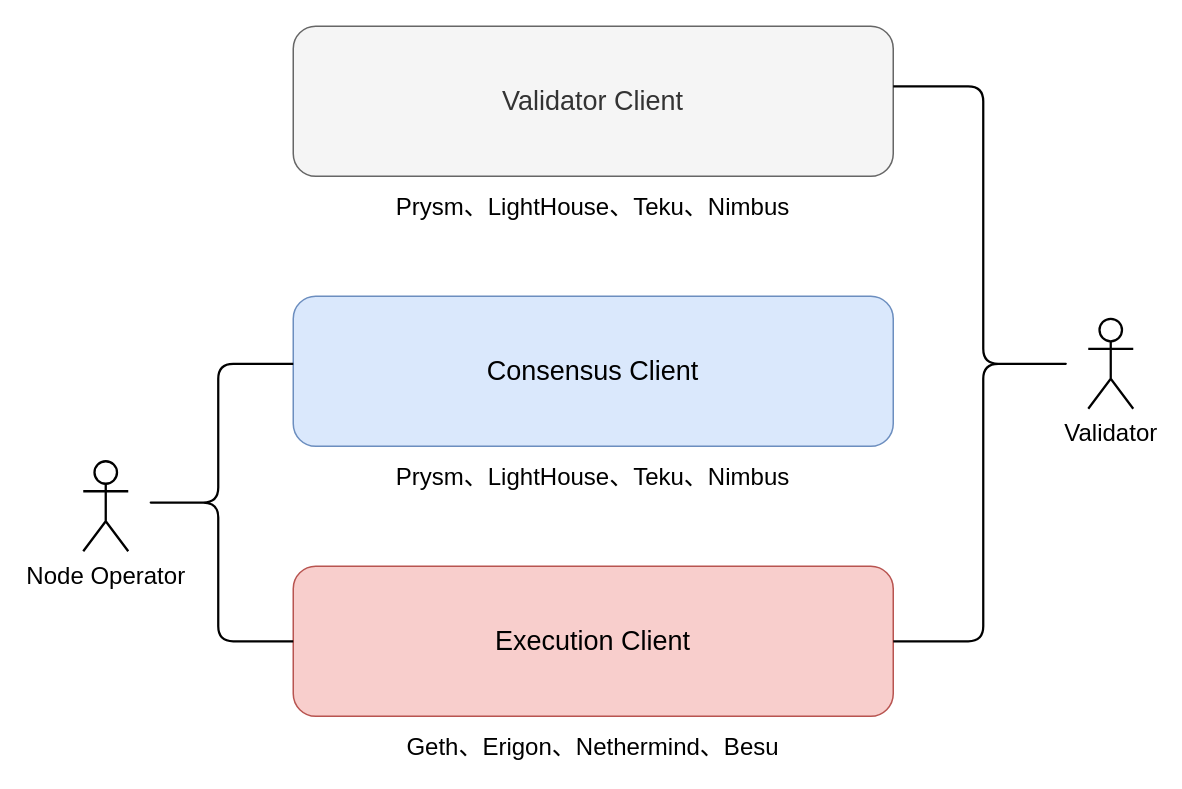
Earlier version of the draw.io diagram ethereum-research/consensus/(article) full node & validator node.drawio (0xyicheng/a-research-diagram). Source tidied: cells renumbered, new cells numbered last; positions are measured from the earlier drawing's top-left corner, leaving out a move shared by most shapes. Both pictures are drawn from the tidied source at 150%, with x=0, y=0 at pixel (82, 26).
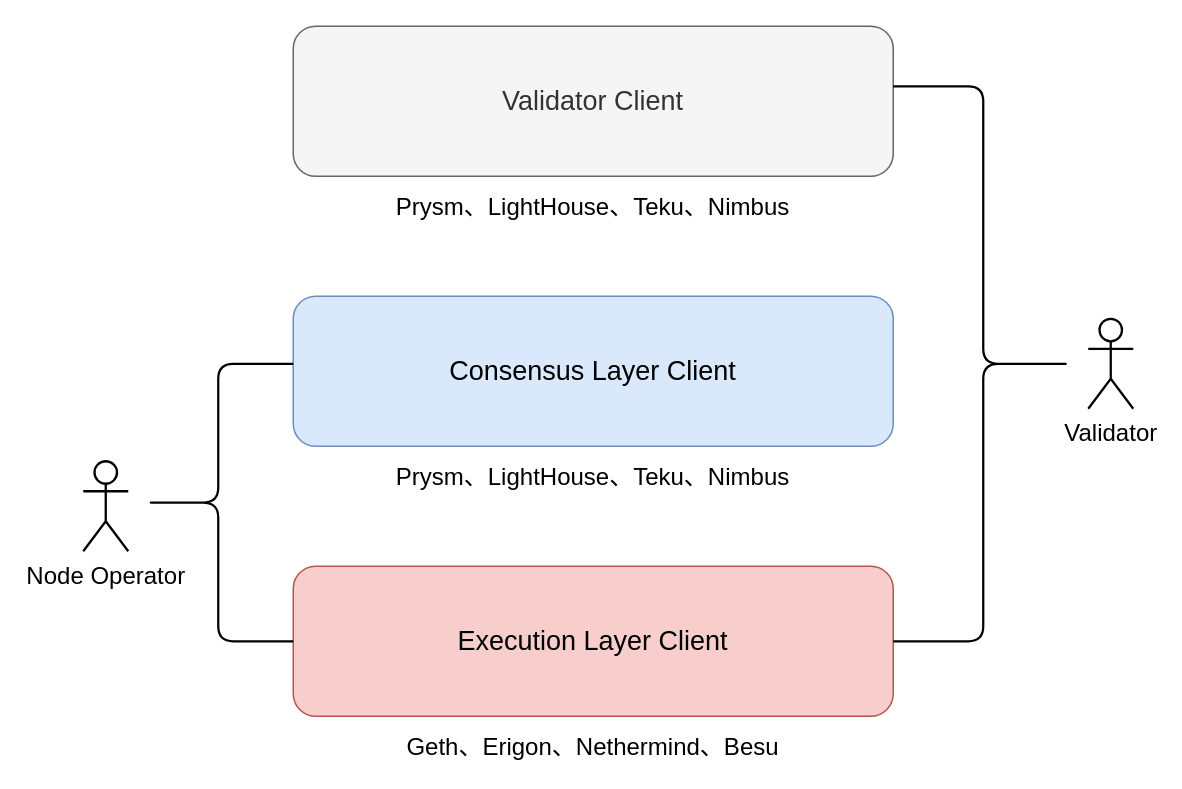
The same diagram, later.

Change to the diagram source:
```diff
@@
 <mxGraphModel>
   <root>
     <mxCell id="0" />
     <mxCell id="1" parent="0" />
-    <mxCell id="2" value="&lt;font style=&quot;font-size: 18px;&quot;&gt;Execution Client&lt;/font&gt;" style="rounded=1;whiteSpace=wrap;html=1;fillColor=#f8cecc;strokeColor=#b85450;" parent="1" vertex="1">
+    <mxCell id="2" value="&lt;font style=&quot;font-size: 18px&quot;&gt;Execution Layer Client&lt;/font&gt;" style="rounded=1;whiteSpace=wrap;html=1;fillColor=#f8cecc;strokeColor=#b85450;" parent="1" vertex="1">
       <mxGeometry x="140" y="360" width="400" height="100" as="geometry" />
     </mxCell>
-    <mxCell id="3" value="&lt;font style=&quot;font-size: 18px;&quot;&gt;Consensus Client&lt;/font&gt;" style="rounded=1;whiteSpace=wrap;html=1;fillColor=#dae8fc;strokeColor=#6c8ebf;" parent="1" vertex="1">
+    <mxCell id="3" value="&lt;font style=&quot;font-size: 18px&quot;&gt;Consensus Layer Client&lt;/font&gt;" style="rounded=1;whiteSpace=wrap;html=1;fillColor=#dae8fc;strokeColor=#6c8ebf;" parent="1" vertex="1">
       <mxGeometry x="140" y="180" width="400" height="100" as="geometry" />
     </mxCell>
     <mxCell id="4" value="&lt;font style=&quot;font-size: 18px;&quot;&gt;Validator Client&lt;/font&gt;" style="rounded=1;whiteSpace=wrap;html=1;fillColor=#f5f5f5;fontColor=#333333;strokeColor=#666666;" parent="1" vertex="1">
       <mxGeometry x="140" width="400" height="100" as="geometry" />
     </mxCell>
     <mxCell id="5" value="&lt;font style=&quot;font-size: 16px;&quot;&gt;Geth、Erigon、Nethermind、Besu&lt;/font&gt;" style="text;html=1;strokeColor=none;fillColor=none;align=center;verticalAlign=middle;whiteSpace=wrap;rounded=0;fontSize=18;" parent="1" vertex="1">
       <mxGeometry x="190" y="470" width="300" height="20" as="geometry" />
     </mxCell>
     <mxCell id="6" value="&lt;span style=&quot;font-size: 16px;&quot;&gt;Prysm、LightHouse、Teku、Nimbus&lt;/span&gt;" style="text;html=1;strokeColor=none;fillColor=none;align=center;verticalAlign=middle;whiteSpace=wrap;rounded=0;fontSize=18;" parent="1" vertex="1">
       <mxGeometry x="190" y="290" width="300" height="20" as="geometry" />
     </mxCell>
     <mxCell id="7" value="Node Operator" style="shape=umlActor;verticalLabelPosition=bottom;verticalAlign=top;html=1;fontSize=16;strokeWidth=1.54;" parent="1" vertex="1">
       <mxGeometry y="290" width="30" height="60" as="geometry" />
     </mxCell>
     <mxCell id="8" style="shape=curlyBracket;whiteSpace=wrap;html=1;rounded=1;fontSize=16;strokeWidth=1.5;" parent="1" vertex="1">
       <mxGeometry x="40" y="225" width="100" height="185" as="geometry" />
     </mxCell>
     <mxCell id="9" style="shape=curlyBracket;whiteSpace=wrap;html=1;rounded=1;flipH=1;strokeWidth=1.5;fontSize=16;" parent="1" vertex="1">
       <mxGeometry x="540" y="40" width="120" height="370" as="geometry" />
     </mxCell>
     <mxCell id="10" value="Validator" style="shape=umlActor;verticalLabelPosition=bottom;verticalAlign=top;html=1;strokeWidth=1.5;fontSize=16;" parent="1" vertex="1">
       <mxGeometry x="670" y="195" width="30" height="60" as="geometry" />
     </mxCell>
     <mxCell id="11" value="&lt;span style=&quot;font-size: 16px;&quot;&gt;Prysm、LightHouse、Teku、Nimbus&lt;/span&gt;" style="text;html=1;strokeColor=none;fillColor=none;align=center;verticalAlign=middle;whiteSpace=wrap;rounded=0;fontSize=18;" parent="1" vertex="1">
       <mxGeometry x="190" y="110" width="300" height="20" as="geometry" />
     </mxCell>
   </root>
 </mxGraphModel>
```
